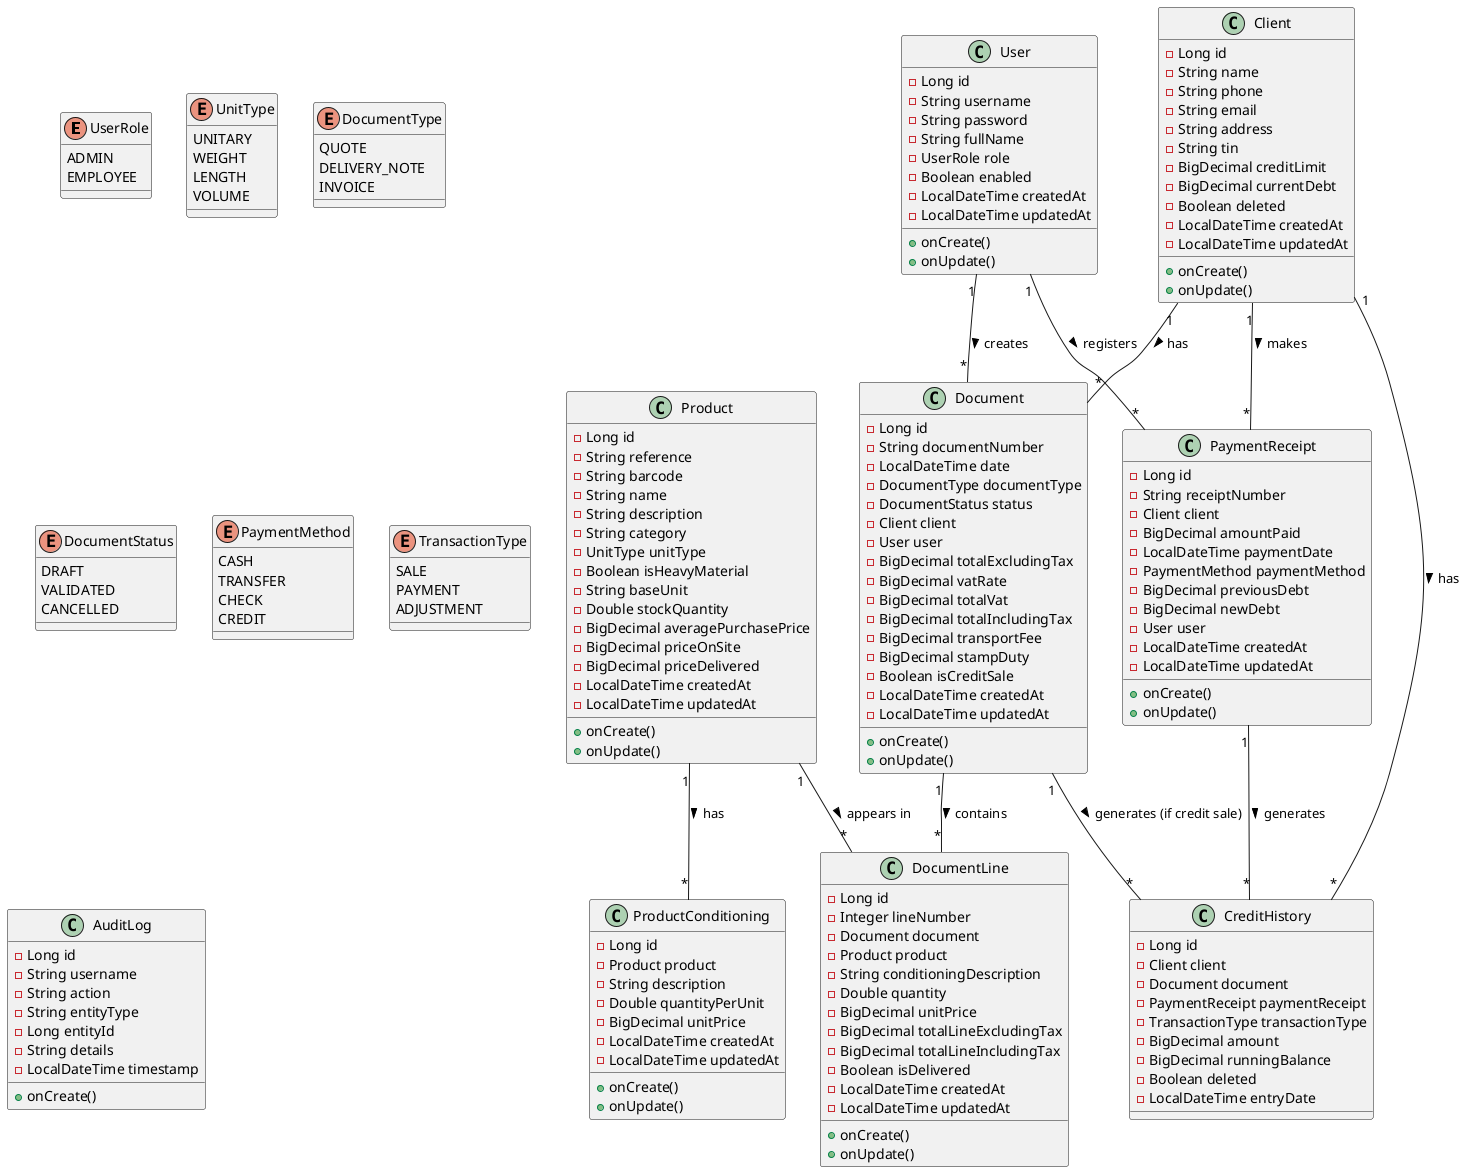
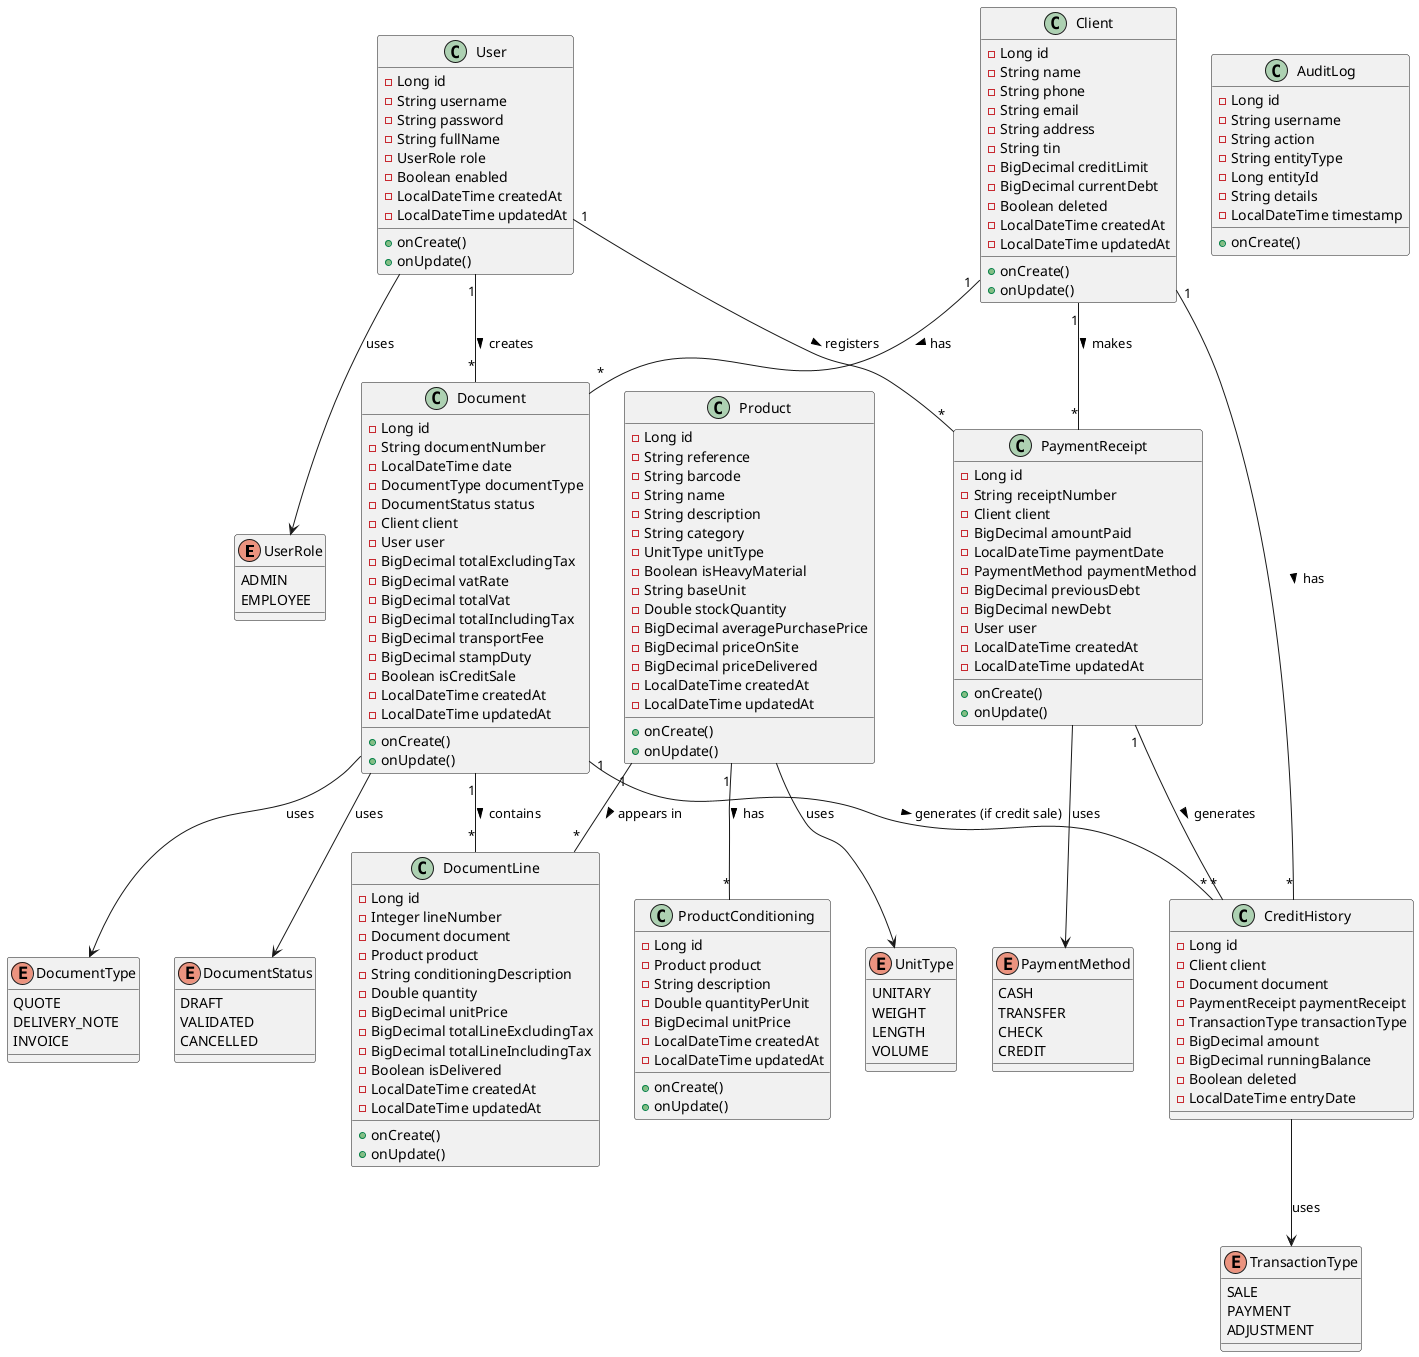
@startuml Hardware Store Class Diagram
' INOVEXAHUB - Système de Gestion Commerciale et Point de Vente (POS)
' Sprint 1: Modélisation UML
' Version: 1.0 (MVP)

' ============================================
' ENUMS
' ============================================

enum UserRole {
  ADMIN
  EMPLOYEE
}

enum UnitType {
  UNITARY
  WEIGHT
  LENGTH
  VOLUME
}

enum DocumentType {
  QUOTE
  DELIVERY_NOTE
  INVOICE
}

enum DocumentStatus {
  DRAFT
  VALIDATED
  CANCELLED
}

enum PaymentMethod {
  CASH
  TRANSFER
  CHECK
  CREDIT
}

enum TransactionType {
  SALE
  PAYMENT
  ADJUSTMENT
}

' ============================================
' ENTITIES
' ============================================

class User {
  - Long id
  - String username
  - String password
  - String fullName
  - UserRole role
  - Boolean enabled
  - LocalDateTime createdAt
  - LocalDateTime updatedAt
  + onCreate()
  + onUpdate()
}

class Client {
  - Long id
  - String name
  - String phone
  - String email
  - String address
  - String tin
  - BigDecimal creditLimit
  - BigDecimal currentDebt
  - Boolean deleted
  - LocalDateTime createdAt
  - LocalDateTime updatedAt
  + onCreate()
  + onUpdate()
}

class Product {
  - Long id
  - String reference
  - String barcode
  - String name
  - String description
  - String category
  - UnitType unitType
  - Boolean isHeavyMaterial
  - String baseUnit
  - Double stockQuantity
  - BigDecimal averagePurchasePrice
  - BigDecimal priceOnSite
  - BigDecimal priceDelivered
  - LocalDateTime createdAt
  - LocalDateTime updatedAt
  + onCreate()
  + onUpdate()
}

class ProductConditioning {
  - Long id
  - Product product
  - String description
  - Double quantityPerUnit
  - BigDecimal unitPrice
  - LocalDateTime createdAt
  - LocalDateTime updatedAt
  + onCreate()
  + onUpdate()
}

class Document {
  - Long id
  - String documentNumber
  - LocalDateTime date
  - DocumentType documentType
  - DocumentStatus status
  - Client client
  - User user
  - BigDecimal totalExcludingTax
  - BigDecimal vatRate
  - BigDecimal totalVat
  - BigDecimal totalIncludingTax
  - BigDecimal transportFee
  - BigDecimal stampDuty
  - Boolean isCreditSale
  - LocalDateTime createdAt
  - LocalDateTime updatedAt
  + onCreate()
  + onUpdate()
}

class DocumentLine {
  - Long id
  - Integer lineNumber
  - Document document
  - Product product
  - String conditioningDescription
  - Double quantity
  - BigDecimal unitPrice
  - BigDecimal totalLineExcludingTax
  - BigDecimal totalLineIncludingTax
  - Boolean isDelivered
  - LocalDateTime createdAt
  - LocalDateTime updatedAt
  + onCreate()
  + onUpdate()
}

class PaymentReceipt {
  - Long id
  - String receiptNumber
  - Client client
  - BigDecimal amountPaid
  - LocalDateTime paymentDate
  - PaymentMethod paymentMethod
  - BigDecimal previousDebt
  - BigDecimal newDebt
  - User user
  - LocalDateTime createdAt
  - LocalDateTime updatedAt
  + onCreate()
  + onUpdate()
}

class CreditHistory {
  - Long id
  - Client client
  - Document document
  - PaymentReceipt paymentReceipt
  - TransactionType transactionType
  - BigDecimal amount
  - BigDecimal runningBalance
  - Boolean deleted
  - LocalDateTime entryDate
}

class AuditLog {
  - Long id
  - String username
  - String action
  - String entityType
  - Long entityId
  - String details
  - LocalDateTime timestamp
  + onCreate()
}

' ============================================
' RELATIONSHIPS
' ============================================

+ ' Enum relationships
+ User --> UserRole : uses
+ Product --> UnitType : uses
+ Document --> DocumentType : uses
+ Document --> DocumentStatus : uses
+ PaymentReceipt --> PaymentMethod : uses
+ CreditHistory --> TransactionType : uses
+ 
+ ' Entity relationships
User "1" -- "*" Document : creates >
User "1" -- "*" PaymentReceipt : registers >

Client "1" -- "*" Document : has >
Client "1" -- "*" PaymentReceipt : makes >
Client "1" -- "*" CreditHistory : has >

Product "1" -- "*" ProductConditioning : has >
Product "1" -- "*" DocumentLine : appears in >

Document "1" -- "*" DocumentLine : contains >
Document "1" -- "*" CreditHistory : generates (if credit sale) >

PaymentReceipt "1" -- "*" CreditHistory : generates >

@enduml
